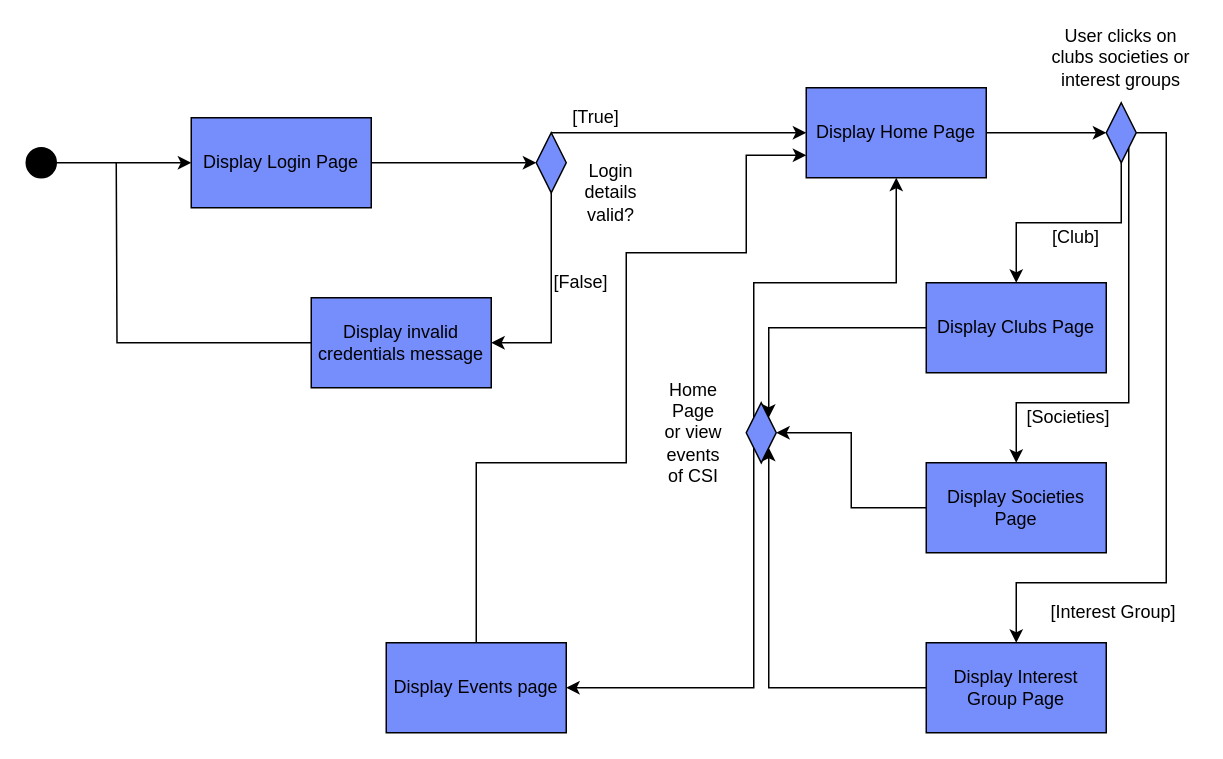
Above: Diagrams/Activity Diagram.drawio in Makizoro/Overclock (draw.io), before the change. Source tidied: cells renumbered, new cells numbered last; positions are measured from the earlier drawing's top-left corner, leaving out a move shared by most shapes. Both pictures are drawn from the tidied source at 150%, with x=0, y=0 at pixel (26, 42).
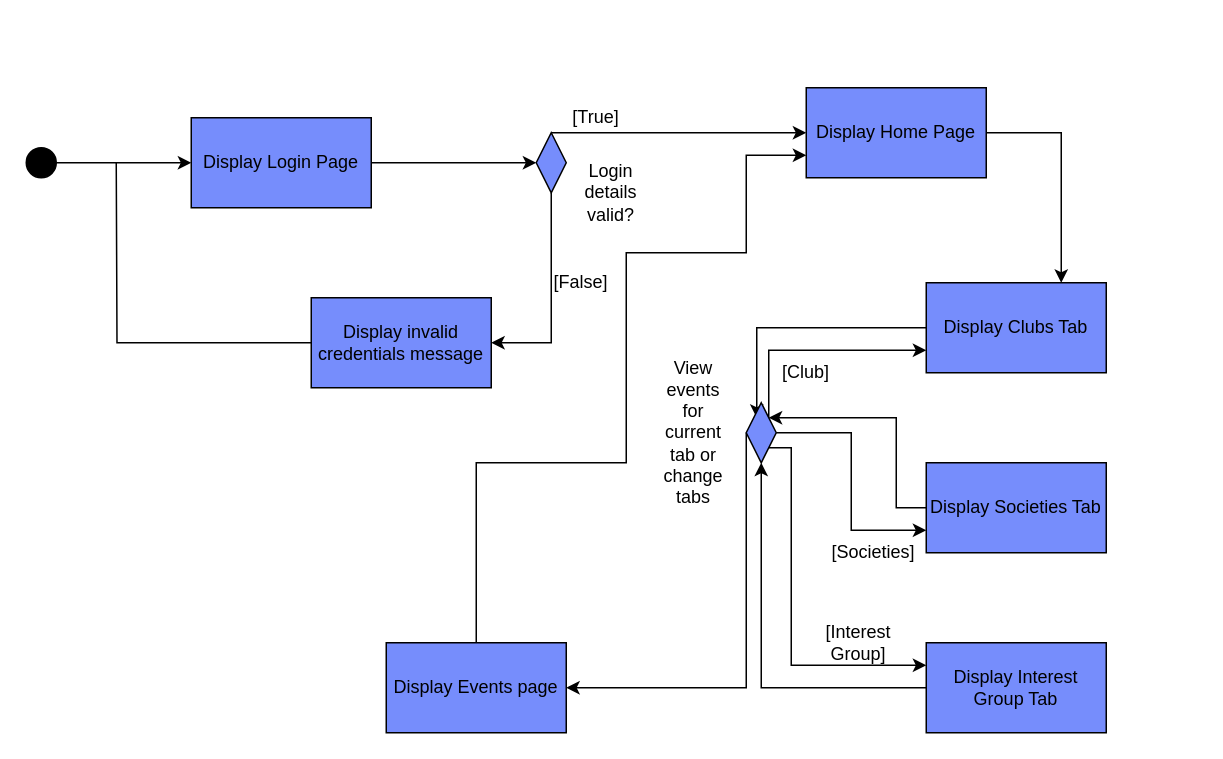
The same page after the edit.

The change refers to these unchanged cells:
```xml
<mxCell id="13" value="Display Home Page" style="rounded=0;whiteSpace=wrap;html=1;fillColor=#768DFC;strokeColor=#000000;" parent="1" vertex="1">
  <mxGeometry x="520" y="30" width="120" height="60" as="geometry" />
</mxCell>
<mxCell id="32" style="rhombus;whiteSpace=wrap;html=1;fillColor=#768DFC;strokeColor=#000000;" parent="1" vertex="1">
  <mxGeometry x="480" y="240" width="20" height="40" as="geometry" />
</mxCell>
<mxCell id="35" value="Display Events page" style="rounded=0;whiteSpace=wrap;html=1;fillColor=#768DFC;strokeColor=#000000;" parent="1" vertex="1">
  <mxGeometry x="240" y="400" width="120" height="60" as="geometry" />
</mxCell>
```

What changed in the source:
```diff
@@
-    <mxCell id="14" style="edgeStyle=orthogonalEdgeStyle;rounded=0;jettySize=auto;html=1;exitX=1;exitY=0.5;exitDx=0;exitDy=0;entryX=0;entryY=0.5;entryDx=0;entryDy=0;endArrow=classic;endFill=1;" parent="1" edge="1" source="13" target="18">
+    <mxCell id="14" style="edgeStyle=orthogonalEdgeStyle;rounded=0;jettySize=auto;html=1;exitX=1;exitY=0.5;exitDx=0;exitDy=0;entryX=0.75;entryY=0;entryDx=0;entryDy=0;endArrow=classic;endFill=1;" parent="1" edge="1" source="13" target="22">
       <mxGeometry relative="1" as="geometry" />
     </mxCell>
-    <mxCell id="15" style="edgeStyle=orthogonalEdgeStyle;rounded=0;jettySize=auto;html=1;exitX=0.5;exitY=1;exitDx=0;exitDy=0;entryX=0.5;entryY=0;entryDx=0;entryDy=0;endArrow=classic;endFill=1;" parent="1" edge="1" source="18" target="22">
-      <mxGeometry relative="1" as="geometry" />
-    </mxCell>
-    <mxCell id="16" style="edgeStyle=orthogonalEdgeStyle;rounded=0;jettySize=auto;html=1;exitX=1;exitY=1;exitDx=0;exitDy=0;entryX=0.5;entryY=0;entryDx=0;entryDy=0;endArrow=classic;endFill=1;" parent="1" edge="1" source="18" target="24">
-      <mxGeometry relative="1" as="geometry">
-        <Array as="points">
-          <mxPoint x="735" y="240" />
-          <mxPoint x="660" y="240" />
-        </Array>
-      </mxGeometry>
-    </mxCell>
-    <mxCell id="17" style="edgeStyle=orthogonalEdgeStyle;rounded=0;jettySize=auto;html=1;exitX=1;exitY=0.5;exitDx=0;exitDy=0;entryX=0.5;entryY=0;entryDx=0;entryDy=0;endArrow=classic;endFill=1;" parent="1" edge="1" source="18" target="26">
-      <mxGeometry relative="1" as="geometry">
-        <Array as="points">
-          <mxPoint x="760" y="60" />
-          <mxPoint x="760" y="360" />
-          <mxPoint x="660" y="360" />
-        </Array>
-      </mxGeometry>
-    </mxCell>
-    <mxCell id="18" style="rhombus;whiteSpace=wrap;html=1;fillColor=#768DFC;strokeColor=#000000;" parent="1" vertex="1">
-      <mxGeometry x="720" y="40" width="20" height="40" as="geometry" />
-    </mxCell>
@@
-    <mxCell id="20" value="User clicks on clubs societies or interest groups" style="text;html=1;strokeColor=none;fillColor=none;align=center;verticalAlign=middle;whiteSpace=wrap;rounded=0;" parent="1" vertex="1">
-      <mxGeometry x="680" width="100" height="20" as="geometry" />
-    </mxCell>
-    <mxCell id="21" style="edgeStyle=orthogonalEdgeStyle;rounded=0;jettySize=auto;html=1;exitX=0;exitY=0.5;exitDx=0;exitDy=0;entryX=1;entryY=0;entryDx=0;entryDy=0;endArrow=classic;endFill=1;" parent="1" edge="1" source="22" target="32">
-      <mxGeometry relative="1" as="geometry" />
+    <mxCell id="21" style="edgeStyle=orthogonalEdgeStyle;rounded=0;orthogonalLoop=1;jettySize=auto;html=1;exitX=0;exitY=0.5;exitDx=0;exitDy=0;endArrow=classic;endFill=1;entryX=0;entryY=0;entryDx=0;entryDy=0;" parent="1" edge="1">
+      <mxGeometry relative="1" as="geometry">
+        <mxPoint x="602" y="190" as="sourcePoint" />
+        <mxPoint x="487" y="250" as="targetPoint" />
+        <Array as="points">
+          <mxPoint x="487" y="190" />
+        </Array>
+      </mxGeometry>
     </mxCell>
-    <mxCell id="22" value="Display Clubs Page" style="rounded=0;whiteSpace=wrap;html=1;fillColor=#768DFC;strokeColor=#000000;" parent="1" vertex="1">
+    <mxCell id="22" value="Display Clubs Tab" style="rounded=0;whiteSpace=wrap;html=1;fillColor=#768DFC;strokeColor=#000000;" parent="1" vertex="1">
       <mxGeometry x="600" y="160" width="120" height="60" as="geometry" />
     </mxCell>
-    <mxCell id="23" style="edgeStyle=orthogonalEdgeStyle;rounded=0;jettySize=auto;html=1;exitX=0;exitY=0.5;exitDx=0;exitDy=0;entryX=1;entryY=0.5;entryDx=0;entryDy=0;endArrow=classic;endFill=1;" parent="1" edge="1" source="24" target="32">
-      <mxGeometry relative="1" as="geometry" />
+    <mxCell id="23" style="edgeStyle=orthogonalEdgeStyle;rounded=0;jettySize=auto;html=1;exitX=0;exitY=0.5;exitDx=0;exitDy=0;entryX=1;entryY=0;entryDx=0;entryDy=0;endArrow=classic;endFill=1;" parent="1" edge="1" source="24" target="32">
+      <mxGeometry relative="1" as="geometry">
+        <Array as="points">
+          <mxPoint x="580" y="310" />
+          <mxPoint x="580" y="250" />
+        </Array>
+      </mxGeometry>
     </mxCell>
-    <mxCell id="24" value="Display Societies Page" style="rounded=0;whiteSpace=wrap;html=1;fillColor=#768DFC;strokeColor=#000000;" parent="1" vertex="1">
+    <mxCell id="24" value="Display Societies Tab" style="rounded=0;whiteSpace=wrap;html=1;fillColor=#768DFC;strokeColor=#000000;" parent="1" vertex="1">
       <mxGeometry x="600" y="280" width="120" height="60" as="geometry" />
     </mxCell>
-    <mxCell id="25" style="edgeStyle=orthogonalEdgeStyle;rounded=0;jettySize=auto;html=1;exitX=0;exitY=0.5;exitDx=0;exitDy=0;entryX=1;entryY=1;entryDx=0;entryDy=0;endArrow=classic;endFill=1;" parent="1" edge="1" source="26" target="32">
+    <mxCell id="25" style="edgeStyle=orthogonalEdgeStyle;rounded=0;jettySize=auto;html=1;exitX=0;exitY=0.5;exitDx=0;exitDy=0;entryX=0.5;entryY=1;entryDx=0;entryDy=0;endArrow=classic;endFill=1;" parent="1" edge="1" source="26" target="32">
       <mxGeometry relative="1" as="geometry" />
     </mxCell>
-    <mxCell id="26" value="Display Interest Group Page" style="rounded=0;whiteSpace=wrap;html=1;fillColor=#768DFC;strokeColor=#000000;" parent="1" vertex="1">
+    <mxCell id="26" value="Display Interest Group Tab" style="rounded=0;whiteSpace=wrap;html=1;fillColor=#768DFC;strokeColor=#000000;" parent="1" vertex="1">
       <mxGeometry x="600" y="400" width="120" height="60" as="geometry" />
     </mxCell>
-    <mxCell id="27" value="[Club]" style="text;html=1;strokeColor=none;fillColor=none;align=center;verticalAlign=middle;whiteSpace=wrap;rounded=0;" parent="1" vertex="1">
-      <mxGeometry x="680" y="120" width="40" height="20" as="geometry" />
-    </mxCell>
     <mxCell id="28" value="[Societies]" style="text;html=1;strokeColor=none;fillColor=none;align=center;verticalAlign=middle;whiteSpace=wrap;rounded=0;" parent="1" vertex="1">
-      <mxGeometry x="670" y="240" width="50" height="20" as="geometry" />
+      <mxGeometry x="540" y="330" width="50" height="20" as="geometry" />
     </mxCell>
     <mxCell id="29" value="[Interest Group]" style="text;html=1;strokeColor=none;fillColor=none;align=center;verticalAlign=middle;whiteSpace=wrap;rounded=0;" parent="1" vertex="1">
-      <mxGeometry x="680" y="370" width="90" height="20" as="geometry" />
+      <mxGeometry x="530" y="390" width="50" height="20" as="geometry" />
     </mxCell>
-    <mxCell id="30" style="edgeStyle=orthogonalEdgeStyle;rounded=0;jettySize=auto;html=1;exitX=0;exitY=0;exitDx=0;exitDy=0;entryX=0.5;entryY=1;entryDx=0;entryDy=0;endArrow=classic;endFill=1;" parent="1" edge="1" source="32" target="13">
-      <mxGeometry relative="1" as="geometry">
-        <Array as="points">
-          <mxPoint x="485" y="160" />
-          <mxPoint x="580" y="160" />
-        </Array>
-      </mxGeometry>
-    </mxCell>
-    <mxCell id="31" style="edgeStyle=orthogonalEdgeStyle;rounded=0;jettySize=auto;html=1;exitX=0;exitY=1;exitDx=0;exitDy=0;entryX=1;entryY=0.5;entryDx=0;entryDy=0;endArrow=classic;endFill=1;" parent="1" edge="1" source="32" target="35">
+    <mxCell id="31" style="edgeStyle=orthogonalEdgeStyle;rounded=0;jettySize=auto;html=1;exitX=0;exitY=0.5;exitDx=0;exitDy=0;entryX=1;entryY=0.5;entryDx=0;entryDy=0;endArrow=classic;endFill=1;" parent="1" edge="1" source="32" target="35">
       <mxGeometry relative="1" as="geometry">
         <Array as="points">
-          <mxPoint x="485" y="430" />
+          <mxPoint x="480" y="430" />
         </Array>
       </mxGeometry>
     </mxCell>
+    <mxCell id="36" style="edgeStyle=orthogonalEdgeStyle;rounded=0;jettySize=auto;html=1;exitX=1;exitY=0;exitDx=0;exitDy=0;entryX=0;entryY=0.75;entryDx=0;entryDy=0;" parent="1" edge="1" source="32" target="22">
+      <mxGeometry relative="1" as="geometry">
+        <Array as="points">
+          <mxPoint x="495" y="205" />
+        </Array>
+      </mxGeometry>
+    </mxCell>
+    <mxCell id="37" style="edgeStyle=orthogonalEdgeStyle;rounded=0;jettySize=auto;html=1;exitX=1;exitY=0.5;exitDx=0;exitDy=0;entryX=0;entryY=0.75;entryDx=0;entryDy=0;" parent="1" edge="1" source="32" target="24">
+      <mxGeometry relative="1" as="geometry" />
+    </mxCell>
+    <mxCell id="38" style="edgeStyle=orthogonalEdgeStyle;rounded=0;jettySize=auto;html=1;exitX=1;exitY=1;exitDx=0;exitDy=0;entryX=0;entryY=0.25;entryDx=0;entryDy=0;" parent="1" edge="1" source="32" target="26">
+      <mxGeometry relative="1" as="geometry">
+        <Array as="points">
+          <mxPoint x="510" y="270" />
+          <mxPoint x="510" y="415" />
+        </Array>
+      </mxGeometry>
+    </mxCell>
@@
-    <mxCell id="33" value="Home Page or view events of CSI" style="text;html=1;strokeColor=none;fillColor=none;align=center;verticalAlign=middle;whiteSpace=wrap;rounded=0;" parent="1" vertex="1">
+    <mxCell id="33" value="View events for current tab or change tabs" style="text;html=1;strokeColor=none;fillColor=none;align=center;verticalAlign=middle;whiteSpace=wrap;rounded=0;" parent="1" vertex="1">
       <mxGeometry x="425" y="250" width="40" height="20" as="geometry" />
     </mxCell>
@@
+    <mxCell id="27" value="[Club]" style="text;html=1;strokeColor=none;fillColor=none;align=center;verticalAlign=middle;whiteSpace=wrap;rounded=0;" parent="1" vertex="1">
+      <mxGeometry x="500" y="210" width="40" height="20" as="geometry" />
+    </mxCell>
```
